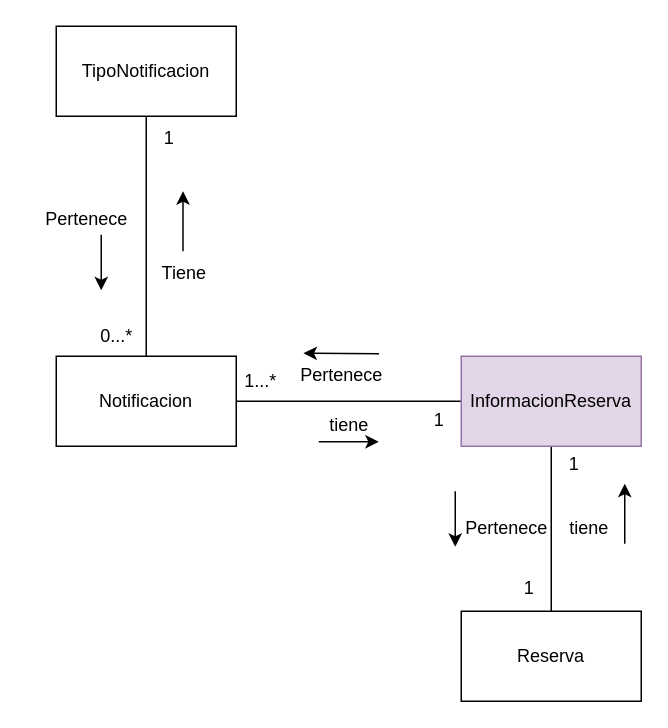
andrescardo98/doo keeps this draw.io diagram as page "Notificaciones" (7 of 12) of Restaurante_Disenio.drawio. Above is the earlier version. Source tidied: cells renumbered, new cells numbered last; positions are measured from the earlier drawing's top-left corner, leaving out a move shared by most shapes. Both pictures are drawn from the tidied source at 150%, with x=0, y=0 at pixel (26, 26).
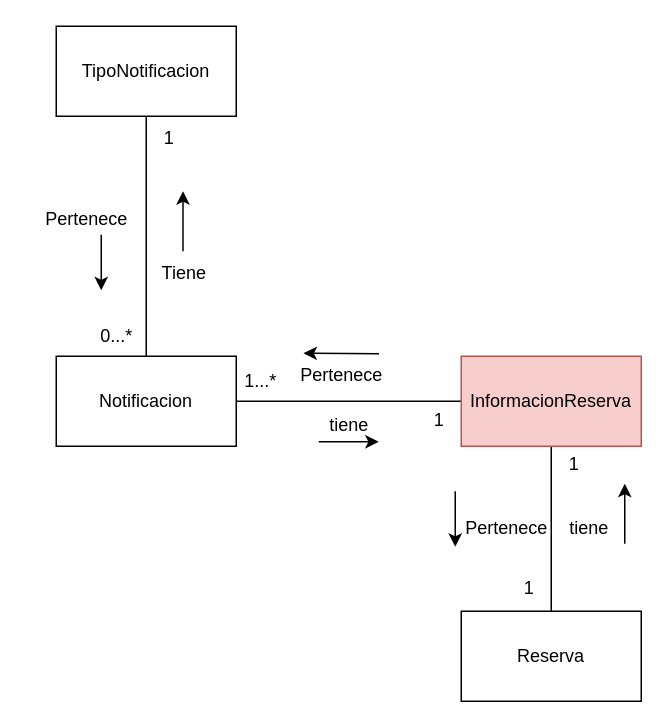
After the change.

What changed in the source:
```diff
@@
-    <mxCell id="14" value="InformacionReserva" style="rounded=0;whiteSpace=wrap;html=1;fillColor=#e1d5e7;strokeColor=#9673a6;" parent="1" vertex="1">
+    <mxCell id="14" value="InformacionReserva" style="rounded=0;whiteSpace=wrap;html=1;fillColor=#f8cecc;strokeColor=#b85450;" parent="1" vertex="1">
       <mxGeometry x="290" y="220" width="120" height="60" as="geometry" />
     </mxCell>
```
